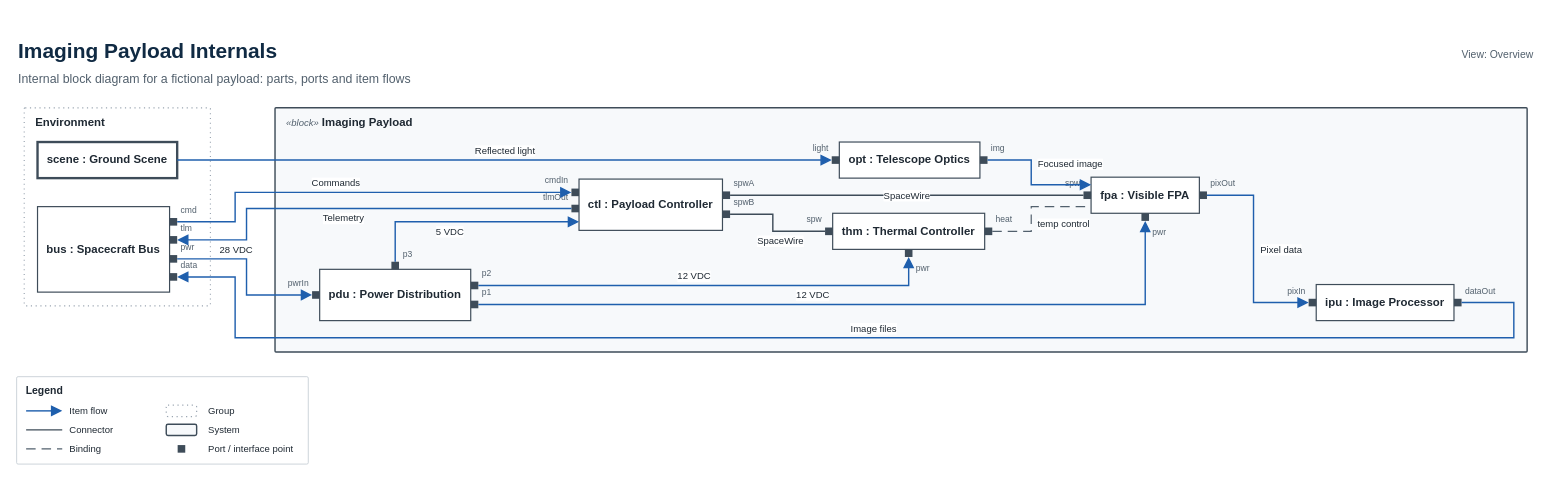
Before: examples/imaging_payload_ibd.drawio in jdlongmire/technical-architecture-diagram, a draw.io diagram. Source tidied: cells renumbered, new cells numbered last; positions are measured from the earlier drawing's top-left corner, leaving out a move shared by most shapes. Both pictures are drawn from the tidied source at 95%, with x=0, y=0 at pixel (16, 32).
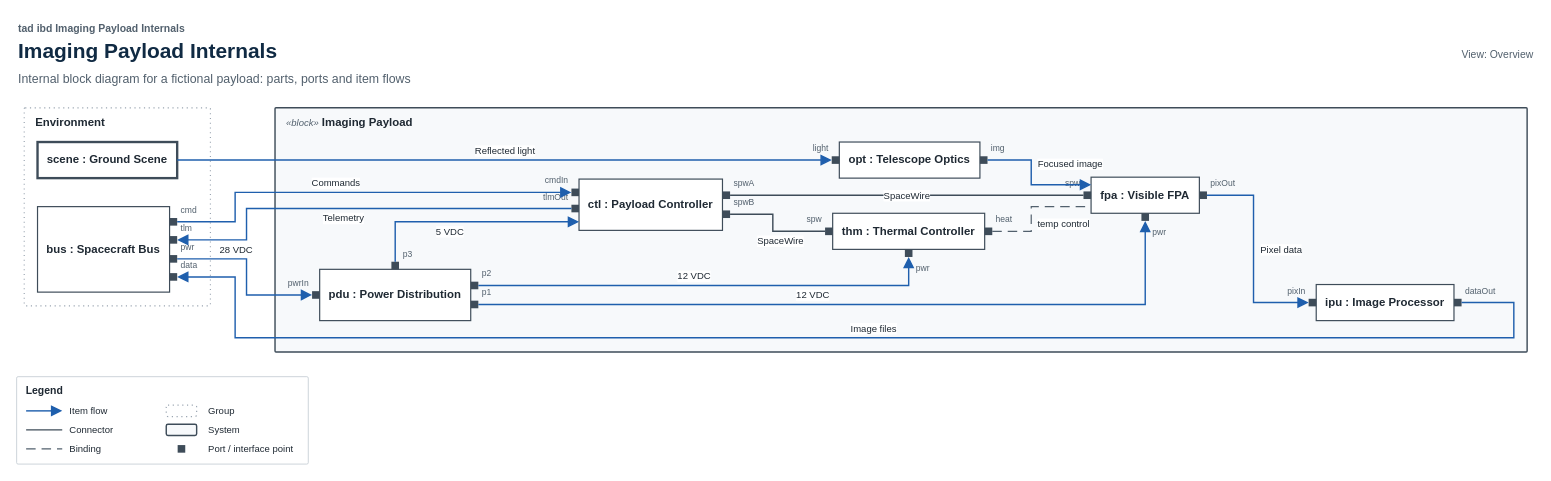
After the change.

The edit, as a diff of the source:
```diff
@@
+    <mxCell id="63" value="tad ibd Imaging Payload Internals" style="text;html=1;align=left;verticalAlign=top;fontSize=11;fontStyle=1;fontFamily=Helvetica;fontColor=#52606D;whiteSpace=nowrap;" parent="1" vertex="1">
+      <mxGeometry y="-17" width="613.4" height="15" as="geometry" />
+    </mxCell>
```
